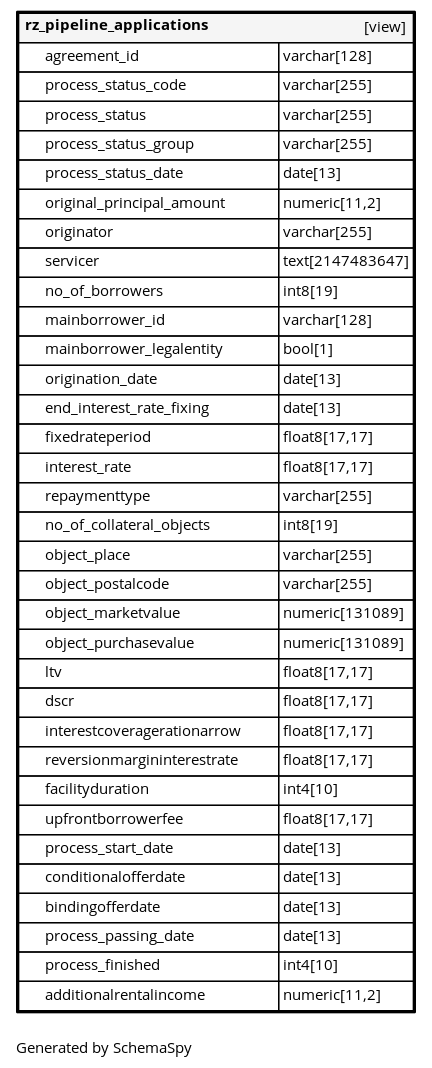
Above: db_standardzone_version01/diagrams/tables/rz_pipeline_applications.1degree.png in fyndoo/fyndoo.github.io (Graphviz), before the change. Its source is kept beside it as db_standardzone_version01/diagrams/tables/rz_pipeline_applications.1degree.dot.
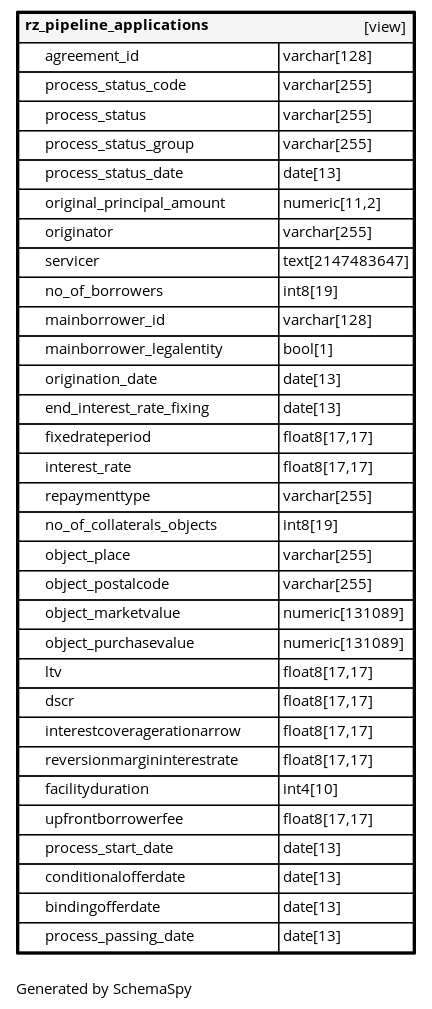
Later version of the same file.

Change to the diagram source:
```diff
@@ -38,7 +38,7 @@
       <TR><TD PORT="fixedrateperiod" COLSPAN="2" ALIGN="LEFT"><TABLE BORDER="0" CELLSPACING="0" ALIGN="LEFT"><TR ALIGN="LEFT"><TD ALIGN="LEFT" FIXEDSIZE="TRUE" WIDTH="15" HEIGHT="16"></TD><TD ALIGN="LEFT" FIXEDSIZE="TRUE" WIDTH="174" HEIGHT="16">fixedrateperiod</TD></TR></TABLE></TD><TD PORT="fixedrateperiod.type" ALIGN="LEFT">float8[17,17]</TD></TR>
       <TR><TD PORT="interest_rate" COLSPAN="2" ALIGN="LEFT"><TABLE BORDER="0" CELLSPACING="0" ALIGN="LEFT"><TR ALIGN="LEFT"><TD ALIGN="LEFT" FIXEDSIZE="TRUE" WIDTH="15" HEIGHT="16"></TD><TD ALIGN="LEFT" FIXEDSIZE="TRUE" WIDTH="174" HEIGHT="16">interest_rate</TD></TR></TABLE></TD><TD PORT="interest_rate.type" ALIGN="LEFT">float8[17,17]</TD></TR>
       <TR><TD PORT="repaymenttype" COLSPAN="2" ALIGN="LEFT"><TABLE BORDER="0" CELLSPACING="0" ALIGN="LEFT"><TR ALIGN="LEFT"><TD ALIGN="LEFT" FIXEDSIZE="TRUE" WIDTH="15" HEIGHT="16"></TD><TD ALIGN="LEFT" FIXEDSIZE="TRUE" WIDTH="174" HEIGHT="16">repaymenttype</TD></TR></TABLE></TD><TD PORT="repaymenttype.type" ALIGN="LEFT">varchar[255]</TD></TR>
-      <TR><TD PORT="no_of_collateral_objects" COLSPAN="2" ALIGN="LEFT"><TABLE BORDER="0" CELLSPACING="0" ALIGN="LEFT"><TR ALIGN="LEFT"><TD ALIGN="LEFT" FIXEDSIZE="TRUE" WIDTH="15" HEIGHT="16"></TD><TD ALIGN="LEFT" FIXEDSIZE="TRUE" WIDTH="174" HEIGHT="16">no_of_collateral_objects</TD></TR></TABLE></TD><TD PORT="no_of_collateral_objects.type" ALIGN="LEFT">int8[19]</TD></TR>
+      <TR><TD PORT="no_of_collaterals_objects" COLSPAN="2" ALIGN="LEFT"><TABLE BORDER="0" CELLSPACING="0" ALIGN="LEFT"><TR ALIGN="LEFT"><TD ALIGN="LEFT" FIXEDSIZE="TRUE" WIDTH="15" HEIGHT="16"></TD><TD ALIGN="LEFT" FIXEDSIZE="TRUE" WIDTH="174" HEIGHT="16">no_of_collaterals_objects</TD></TR></TABLE></TD><TD PORT="no_of_collaterals_objects.type" ALIGN="LEFT">int8[19]</TD></TR>
       <TR><TD PORT="object_place" COLSPAN="2" ALIGN="LEFT"><TABLE BORDER="0" CELLSPACING="0" ALIGN="LEFT"><TR ALIGN="LEFT"><TD ALIGN="LEFT" FIXEDSIZE="TRUE" WIDTH="15" HEIGHT="16"></TD><TD ALIGN="LEFT" FIXEDSIZE="TRUE" WIDTH="174" HEIGHT="16">object_place</TD></TR></TABLE></TD><TD PORT="object_place.type" ALIGN="LEFT">varchar[255]</TD></TR>
       <TR><TD PORT="object_postalcode" COLSPAN="2" ALIGN="LEFT"><TABLE BORDER="0" CELLSPACING="0" ALIGN="LEFT"><TR ALIGN="LEFT"><TD ALIGN="LEFT" FIXEDSIZE="TRUE" WIDTH="15" HEIGHT="16"></TD><TD ALIGN="LEFT" FIXEDSIZE="TRUE" WIDTH="174" HEIGHT="16">object_postalcode</TD></TR></TABLE></TD><TD PORT="object_postalcode.type" ALIGN="LEFT">varchar[255]</TD></TR>
       <TR><TD PORT="object_marketvalue" COLSPAN="2" ALIGN="LEFT"><TABLE BORDER="0" CELLSPACING="0" ALIGN="LEFT"><TR ALIGN="LEFT"><TD ALIGN="LEFT" FIXEDSIZE="TRUE" WIDTH="15" HEIGHT="16"></TD><TD ALIGN="LEFT" FIXEDSIZE="TRUE" WIDTH="174" HEIGHT="16">object_marketvalue</TD></TR></TABLE></TD><TD PORT="object_marketvalue.type" ALIGN="LEFT">numeric[131089]</TD></TR>
@@ -53,8 +53,6 @@
       <TR><TD PORT="conditionalofferdate" COLSPAN="2" ALIGN="LEFT"><TABLE BORDER="0" CELLSPACING="0" ALIGN="LEFT"><TR ALIGN="LEFT"><TD ALIGN="LEFT" FIXEDSIZE="TRUE" WIDTH="15" HEIGHT="16"></TD><TD ALIGN="LEFT" FIXEDSIZE="TRUE" WIDTH="174" HEIGHT="16">conditionalofferdate</TD></TR></TABLE></TD><TD PORT="conditionalofferdate.type" ALIGN="LEFT">date[13]</TD></TR>
       <TR><TD PORT="bindingofferdate" COLSPAN="2" ALIGN="LEFT"><TABLE BORDER="0" CELLSPACING="0" ALIGN="LEFT"><TR ALIGN="LEFT"><TD ALIGN="LEFT" FIXEDSIZE="TRUE" WIDTH="15" HEIGHT="16"></TD><TD ALIGN="LEFT" FIXEDSIZE="TRUE" WIDTH="174" HEIGHT="16">bindingofferdate</TD></TR></TABLE></TD><TD PORT="bindingofferdate.type" ALIGN="LEFT">date[13]</TD></TR>
       <TR><TD PORT="process_passing_date" COLSPAN="2" ALIGN="LEFT"><TABLE BORDER="0" CELLSPACING="0" ALIGN="LEFT"><TR ALIGN="LEFT"><TD ALIGN="LEFT" FIXEDSIZE="TRUE" WIDTH="15" HEIGHT="16"></TD><TD ALIGN="LEFT" FIXEDSIZE="TRUE" WIDTH="174" HEIGHT="16">process_passing_date</TD></TR></TABLE></TD><TD PORT="process_passing_date.type" ALIGN="LEFT">date[13]</TD></TR>
-      <TR><TD PORT="process_finished" COLSPAN="2" ALIGN="LEFT"><TABLE BORDER="0" CELLSPACING="0" ALIGN="LEFT"><TR ALIGN="LEFT"><TD ALIGN="LEFT" FIXEDSIZE="TRUE" WIDTH="15" HEIGHT="16"></TD><TD ALIGN="LEFT" FIXEDSIZE="TRUE" WIDTH="174" HEIGHT="16">process_finished</TD></TR></TABLE></TD><TD PORT="process_finished.type" ALIGN="LEFT">int4[10]</TD></TR>
-      <TR><TD PORT="additionalrentalincome" COLSPAN="2" ALIGN="LEFT"><TABLE BORDER="0" CELLSPACING="0" ALIGN="LEFT"><TR ALIGN="LEFT"><TD ALIGN="LEFT" FIXEDSIZE="TRUE" WIDTH="15" HEIGHT="16"></TD><TD ALIGN="LEFT" FIXEDSIZE="TRUE" WIDTH="174" HEIGHT="16">additionalrentalincome</TD></TR></TABLE></TD><TD PORT="additionalrentalincome.type" ALIGN="LEFT">numeric[11,2]</TD></TR>
     </TABLE>>
     URL="rz_pipeline_applications.html"
     target="_top"
```
